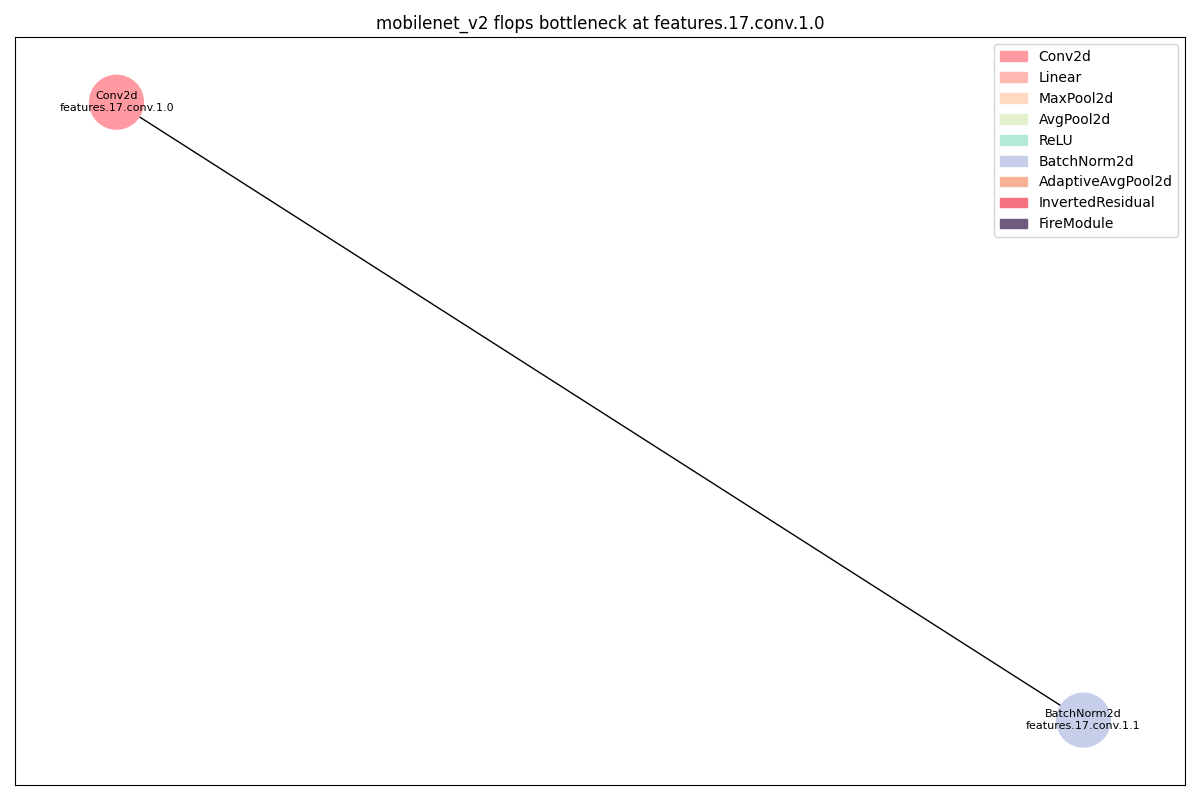
11222-Meng/DNN_Bottlen_Layer_Analysis keeps this Graphviz diagram as dags/mobilenet_v2_flops_features_17_conv_1_0_op.png. Above is the earlier version. Its source is kept beside it as dags/mobilenet_v2_flops_features_17_conv_1_0_op.dot.
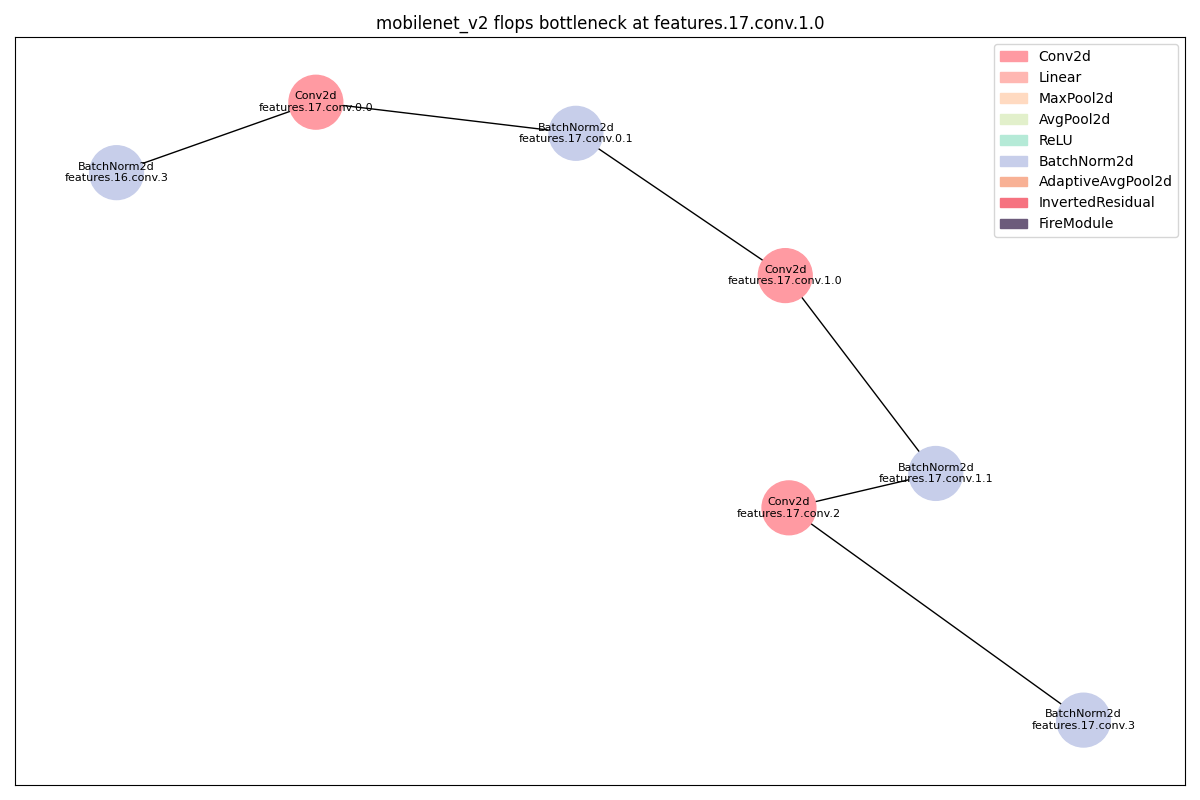
Later version of the same file.

The edit, as a diff of the source:
```diff
@@ -1,11 +1,36 @@
 strict digraph "" {
+	BatchNorm2d_0	[color="#C7CEEA",
+		layer_name="features.16.conv.3",
+		params=320,
+		type=BatchNorm2d];
 	Conv2d_0	[color="#FF9AA2",
+		layer_name="features.17.conv.0.0",
+		params=153600,
+		type=Conv2d];
+	BatchNorm2d_0 -> Conv2d_0;
+	BatchNorm2d_1	[color="#C7CEEA",
+		layer_name="features.17.conv.0.1",
+		params=1920,
+		type=BatchNorm2d];
+	Conv2d_0 -> BatchNorm2d_1;
+	Conv2d_1	[color="#FF9AA2",
 		layer_name="features.17.conv.1.0",
 		params=8640,
 		type=Conv2d];
-	BatchNorm2d_0	[color="#C7CEEA",
+	BatchNorm2d_1 -> Conv2d_1;
+	BatchNorm2d_2	[color="#C7CEEA",
 		layer_name="features.17.conv.1.1",
 		params=1920,
 		type=BatchNorm2d];
-	Conv2d_0 -> BatchNorm2d_0;
+	Conv2d_1 -> BatchNorm2d_2;
+	Conv2d_2	[color="#FF9AA2",
+		layer_name="features.17.conv.2",
+		params=307200,
+		type=Conv2d];
+	BatchNorm2d_2 -> Conv2d_2;
+	BatchNorm2d_3	[color="#C7CEEA",
+		layer_name="features.17.conv.3",
+		params=640,
+		type=BatchNorm2d];
+	Conv2d_2 -> BatchNorm2d_3;
 }
```
